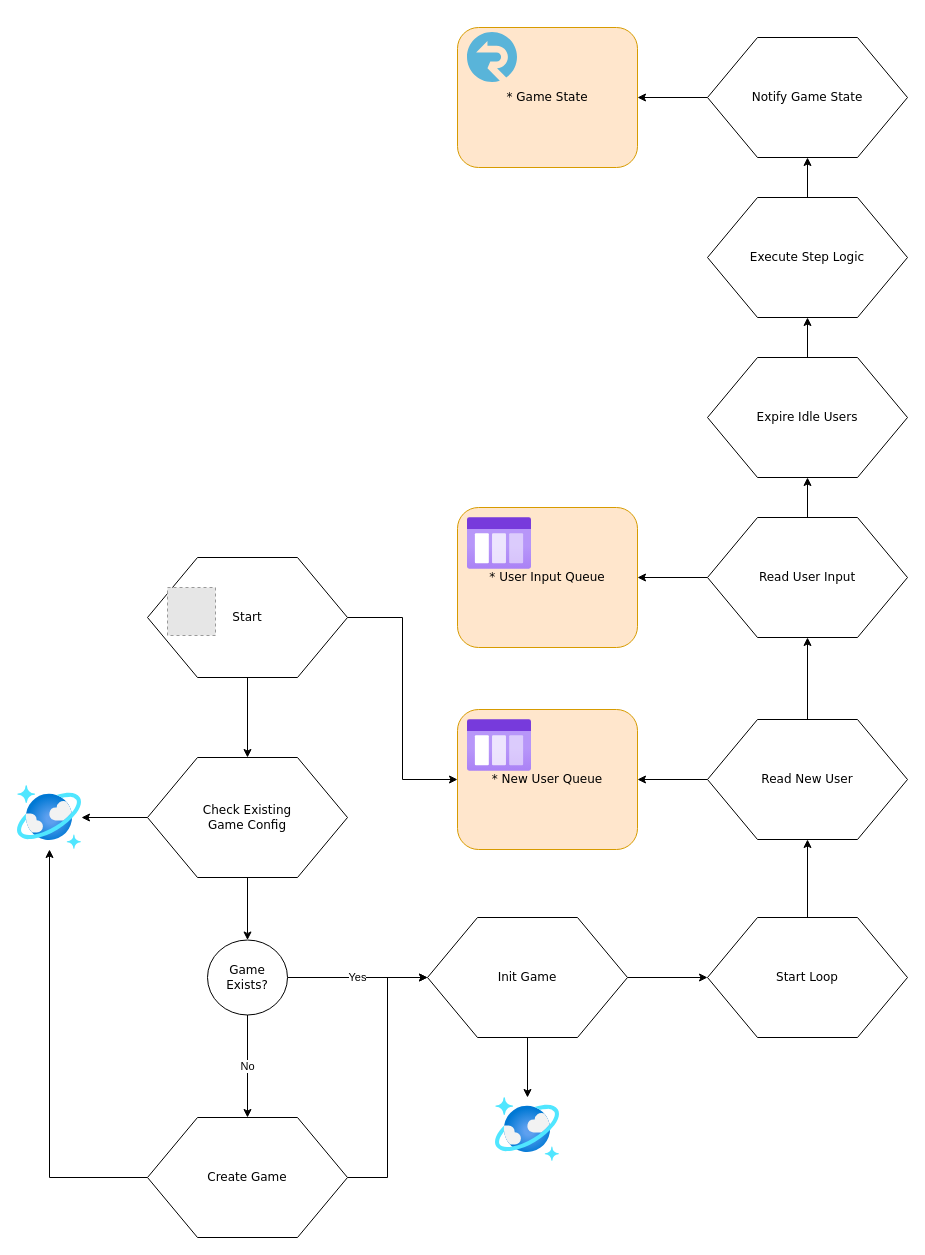
Above: Loops Runner Flow.drawio in urbanantics/loops-runner (draw.io), before the change. Source tidied: cells renumbered, new cells numbered last; positions are measured from the earlier drawing's top-left corner, leaving out a move shared by most shapes. Both pictures are drawn from the tidied source at 100%, with x=0, y=0 at pixel (17, 27). Pictures stored in the file or linked from it are replaced by grey dashed boxes.
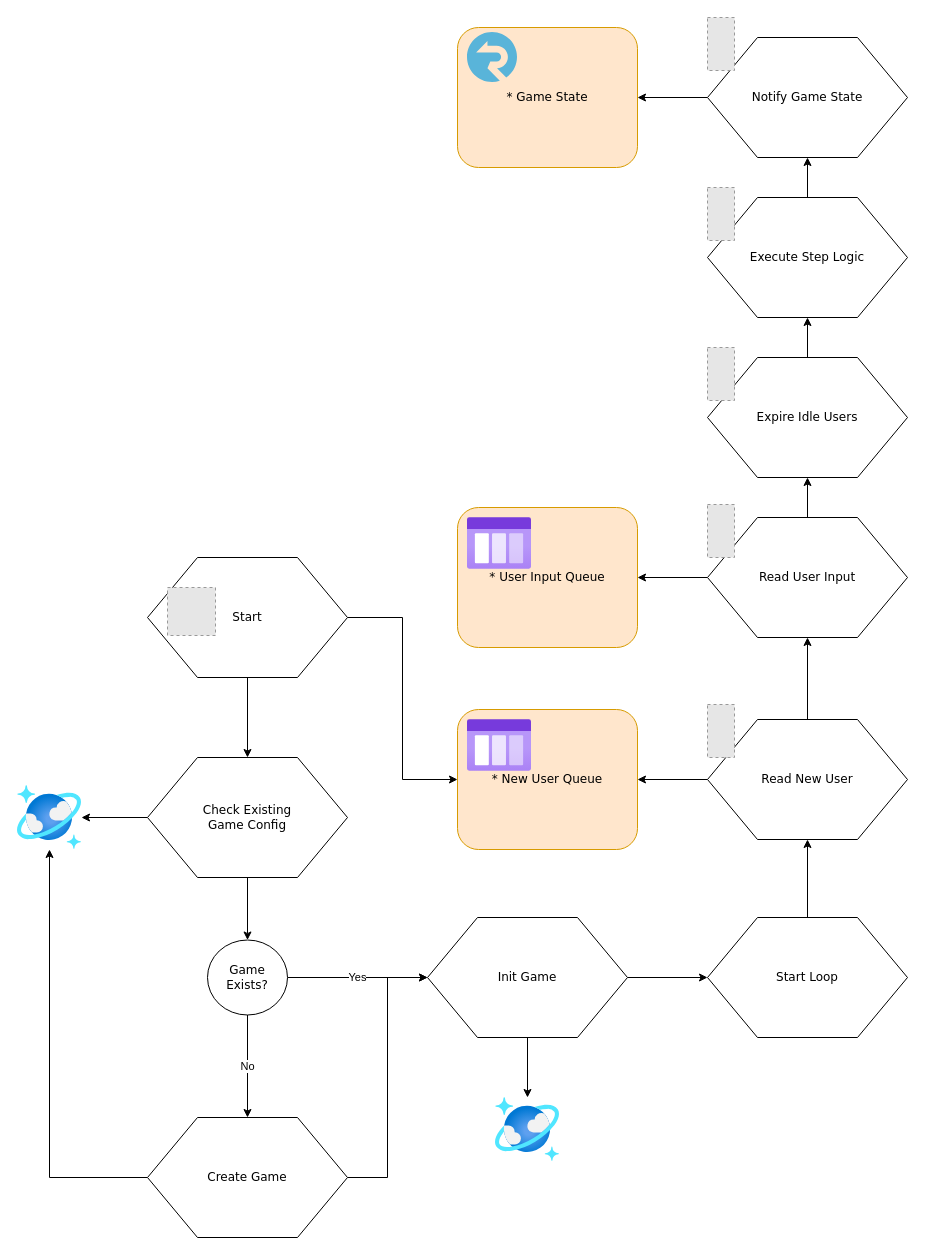
Above is the later version.

Diff of the diagram source:
```diff
@@
+    <mxCell id="40" style="fillColor=#E6E6E6;strokeColor=#999999;dashed=1;verticalLabelPosition=bottom;labelBackgroundColor=#ffffff;verticalAlign=top;" parent="1" vertex="1">
+      <mxGeometry x="690" y="677" width="27" height="53" as="geometry" />
+    </mxCell>
+    <mxCell id="41" style="fillColor=#E6E6E6;strokeColor=#999999;dashed=1;verticalLabelPosition=bottom;labelBackgroundColor=#ffffff;verticalAlign=top;" parent="1" vertex="1">
+      <mxGeometry x="690" y="477" width="27" height="53" as="geometry" />
+    </mxCell>
+    <mxCell id="42" style="fillColor=#E6E6E6;strokeColor=#999999;dashed=1;verticalLabelPosition=bottom;labelBackgroundColor=#ffffff;verticalAlign=top;" parent="1" vertex="1">
+      <mxGeometry x="690" y="320" width="27" height="53" as="geometry" />
+    </mxCell>
+    <mxCell id="43" style="fillColor=#E6E6E6;strokeColor=#999999;dashed=1;verticalLabelPosition=bottom;labelBackgroundColor=#ffffff;verticalAlign=top;" parent="1" vertex="1">
+      <mxGeometry x="690" y="160" width="27" height="53" as="geometry" />
+    </mxCell>
+    <mxCell id="44" style="fillColor=#E6E6E6;strokeColor=#999999;dashed=1;verticalLabelPosition=bottom;labelBackgroundColor=#ffffff;verticalAlign=top;" parent="1" vertex="1">
+      <mxGeometry x="690" y="-10" width="27" height="53" as="geometry" />
+    </mxCell>
```
